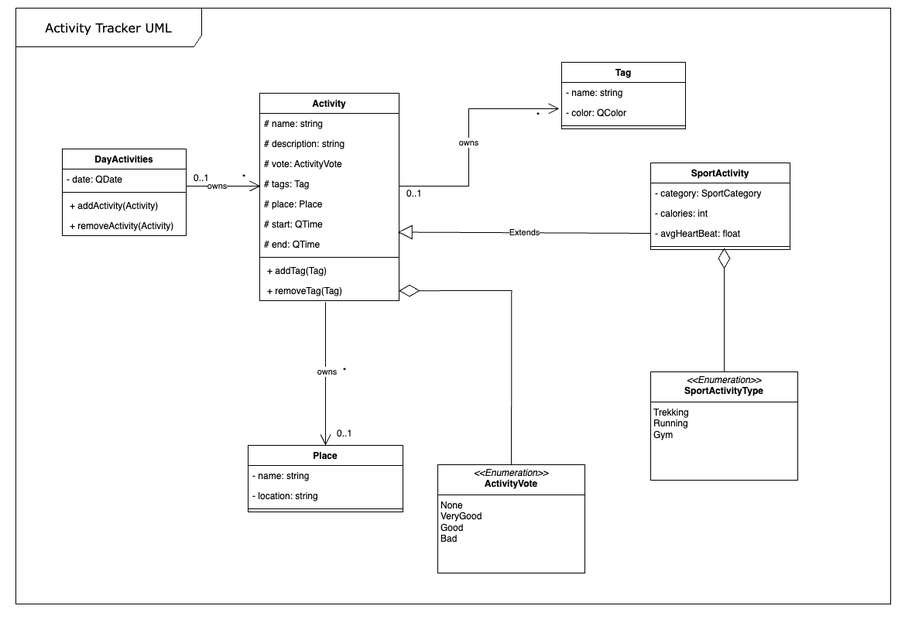
Before: docs/ActivityTracker_UML.png, a diagram exported from draw.io (ArturoViti/Activity_Tracker_LP). Source tidied: cells renumbered, new cells last; positions are measured from the earlier drawing's top-left corner, leaving out a move shared by most shapes.
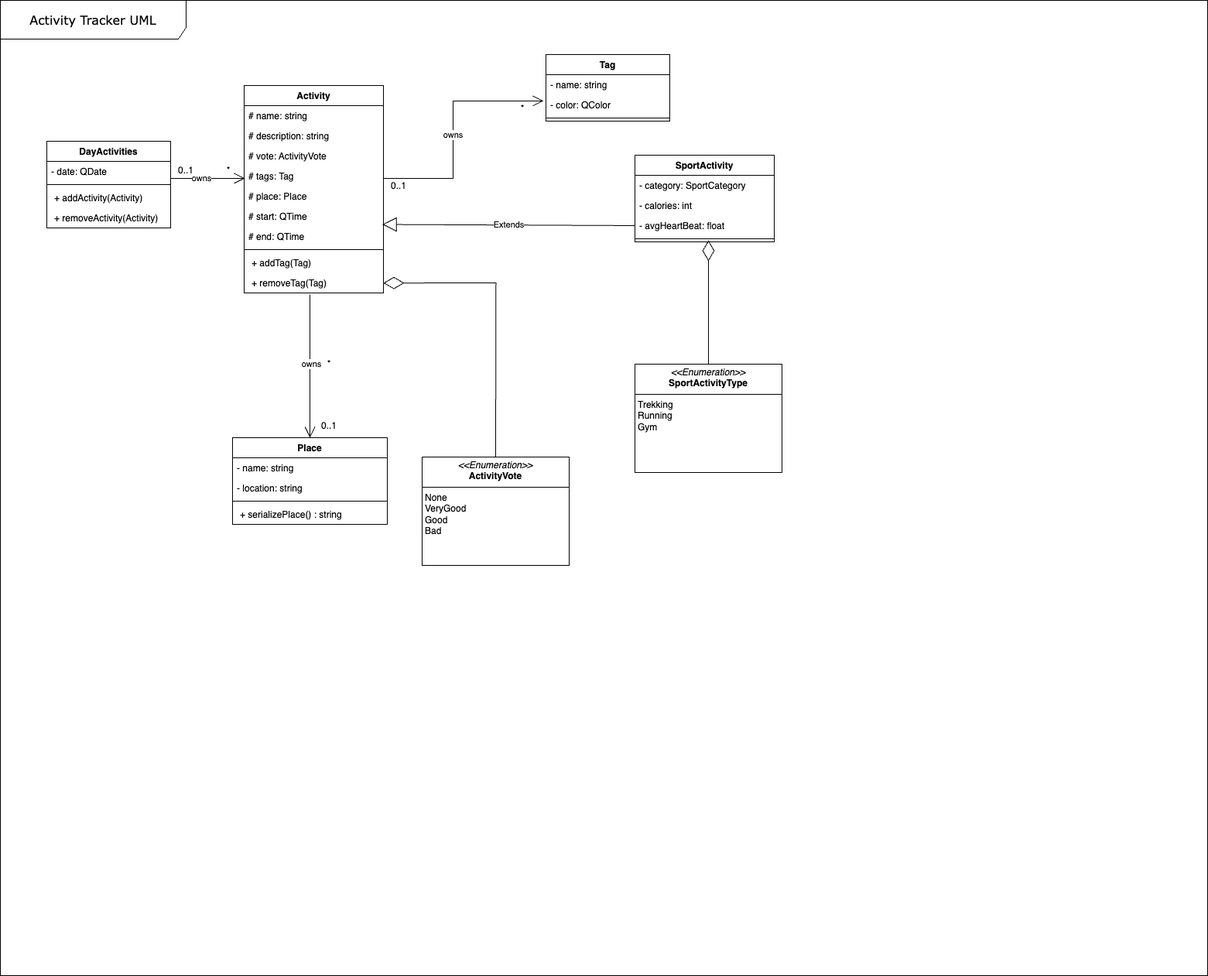
The same file after the commit.

What changed in the source:
```diff
@@ -3,7 +3,7 @@
     <mxCell id="0" />
     <mxCell id="1" parent="0" />
     <mxCell id="2" value="&lt;font style=&quot;font-size: 16px;&quot;&gt;Activity Tracker UML&lt;/font&gt;" style="shape=umlFrame;whiteSpace=wrap;html=1;rounded=0;shadow=0;comic=0;labelBackgroundColor=none;strokeWidth=1;fontFamily=Verdana;fontSize=10;align=center;width=240;height=50;" parent="1" vertex="1">
-      <mxGeometry width="1130" height="770" as="geometry" />
+      <mxGeometry width="1560" height="1260" as="geometry" />
     </mxCell>
     <mxCell id="3" value="Tag" style="swimlane;fontStyle=1;align=center;verticalAlign=top;horizontal=1;startSize=26;whiteSpace=wrap;html=1;" parent="1" vertex="1">
       <mxGeometry x="705" y="70" width="160" height="86" as="geometry" />
@@ -37,7 +37,7 @@
       <mxGeometry x="655" y="130" width="40" height="20" as="geometry" />
     </mxCell>
     <mxCell id="11" value="Place" style="swimlane;fontStyle=1;align=center;verticalAlign=top;horizontal=1;startSize=26;whiteSpace=wrap;html=1;" parent="1" vertex="1">
-      <mxGeometry x="300" y="565" width="200" height="86" as="geometry" />
+      <mxGeometry x="300" y="565" width="200" height="112" as="geometry" />
     </mxCell>
     <mxCell id="12" value="- name: string" style="text;strokeColor=none;fillColor=none;align=left;verticalAlign=top;spacingLeft=4;spacingRight=4;overflow=hidden;whiteSpace=wrap;html=1;" parent="11" vertex="1">
       <mxGeometry y="26" width="200" height="26" as="geometry" />
@@ -48,6 +48,9 @@
     <mxCell id="14" style="line;strokeWidth=1;fillColor=none;align=left;verticalAlign=middle;spacingTop=-1;spacingLeft=3;spacingRight=3;labelPosition=right;strokeColor=inherit;" parent="11" vertex="1">
       <mxGeometry y="78" width="200" height="8" as="geometry" />
     </mxCell>
+    <mxCell id="49" value="&lt;p style=&quot;border-color: var(--border-color); margin: 0px 0px 0px 4px;&quot;&gt;+ serializePlace() : string&lt;/p&gt;&lt;div&gt;&lt;br&gt;&lt;/div&gt;" style="text;strokeColor=none;fillColor=none;align=left;verticalAlign=top;spacingLeft=4;spacingRight=4;overflow=hidden;whiteSpace=wrap;html=1;" parent="11" vertex="1">
+      <mxGeometry y="86" width="200" height="26" as="geometry" />
+    </mxCell>
     <mxCell id="15" style="endArrow=open;endFill=1;endSize=12;html=1;rounded=0;entryX=0.5;entryY=0;entryDx=0;entryDy=0;" parent="1" edge="1" target="11">
       <mxGeometry relative="1" as="geometry">
         <mxPoint x="400" y="380" as="sourcePoint" />
```
